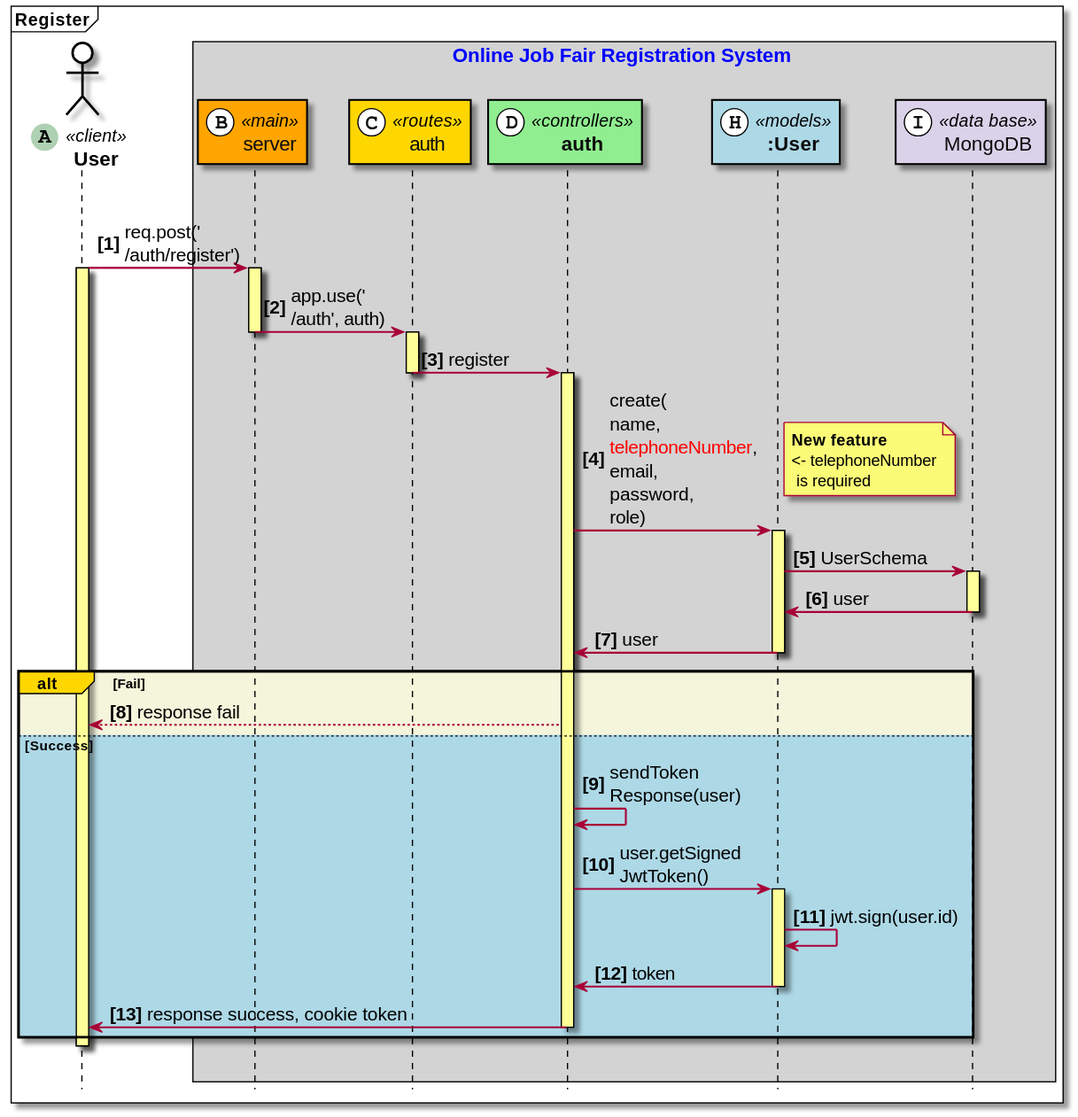
wisarootl/online-job-fair-registration keeps this PlantUML diagram as doc_asset/diagrams/squence_diagrams/auth/register.svg. Above is the earlier version.
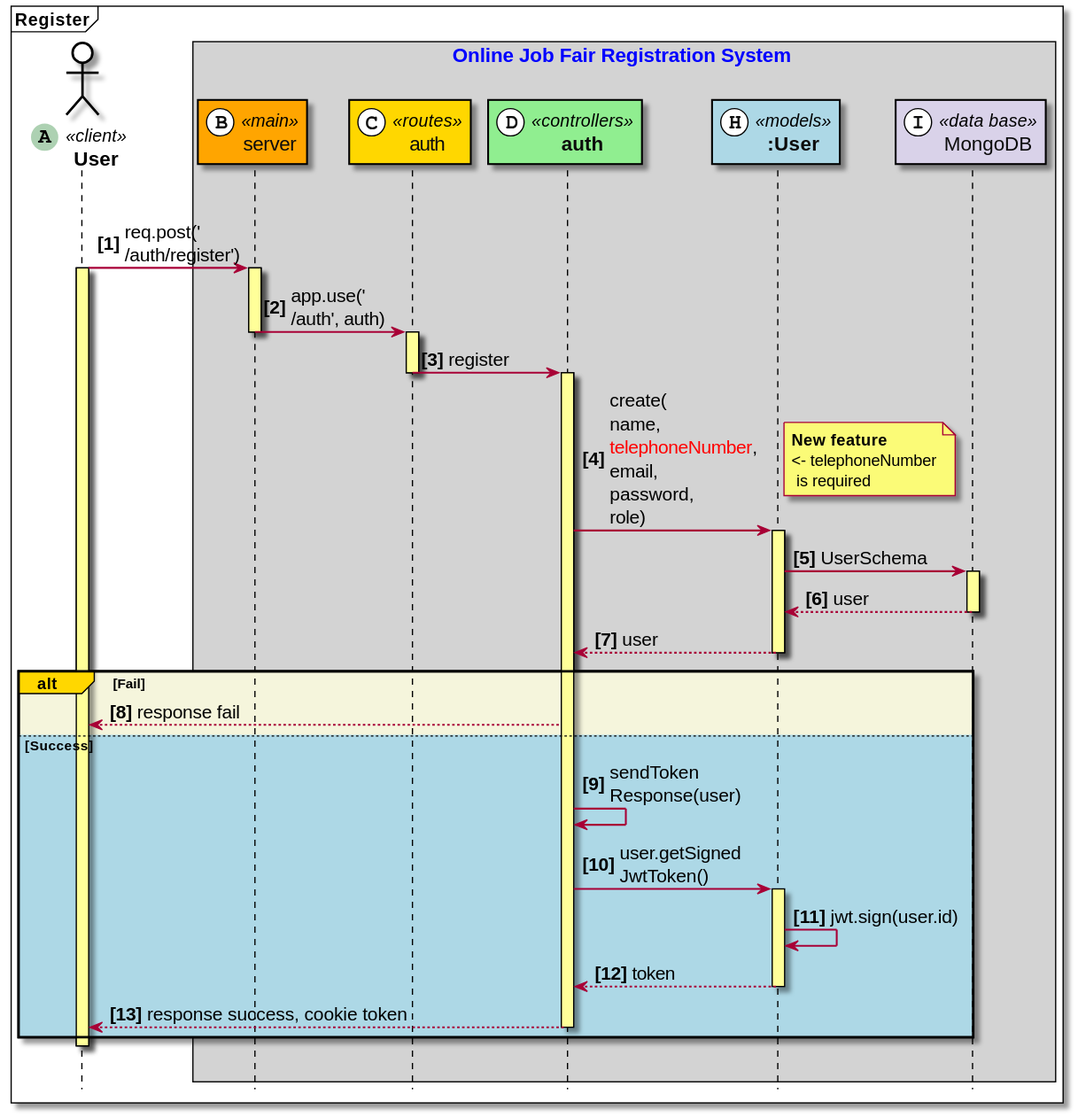
Above is the later version.

Change to the diagram source:
```diff
@@ -34,9 +34,9 @@
 Activate models_User
 models_User->mongo: UserSchema
 Activate mongo
-mongo->models_User: user
+mongo-->models_User: user
 DeActivate mongo
-models_User->controllers_auth: user
+models_User-->controllers_auth: user
 DeActivate models_User
 Alt#Gold #Beige Fail
 controllers_auth-->user: response fail
@@ -45,9 +45,9 @@
 controllers_auth->models_User: user.getSigned\nJwtToken()
 Activate models_User
 models_User->models_User: jwt.sign(user.id)
-models_User->controllers_auth: token
+models_User-->controllers_auth: token
 DeActivate models_User
-controllers_auth->user: response success, cookie token
+controllers_auth-->user: response success, cookie token
 DeActivate controllers_auth
 DeActivate server
 End Alt
```
